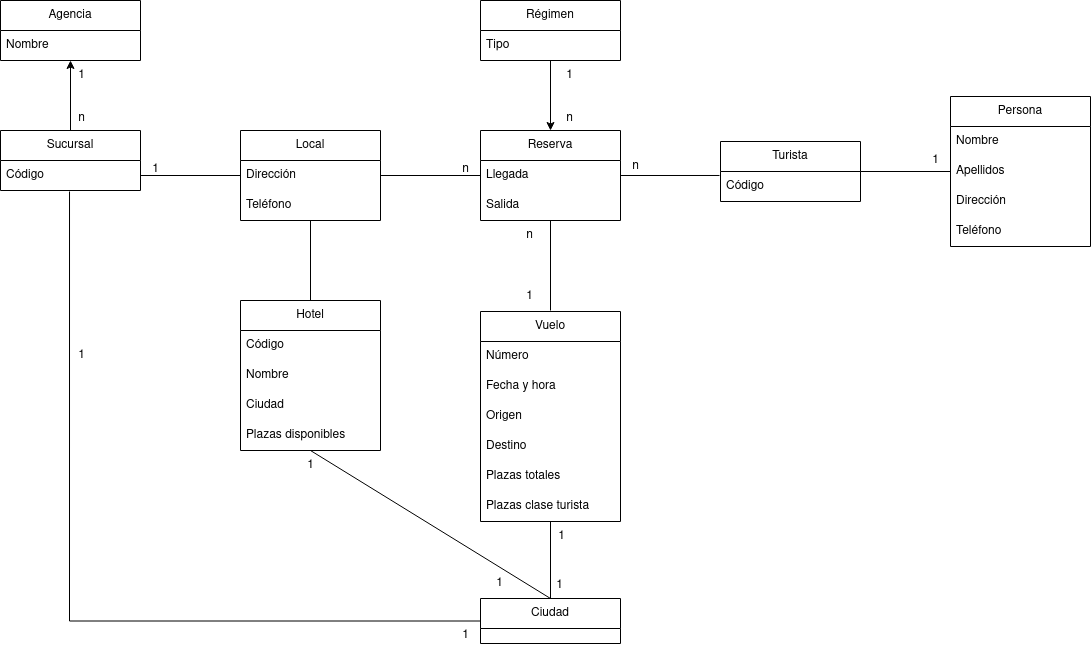
colidom/ets keeps this draw.io diagram as Tema 5. Diagramas de clase/Tarea 2. Agencia viajes/img/AgenciaViajes.drawio.png. Above is the earlier version. Source tidied: cells renumbered, new cells last; positions are measured from the earlier drawing's top-left corner, leaving out a move shared by most shapes.
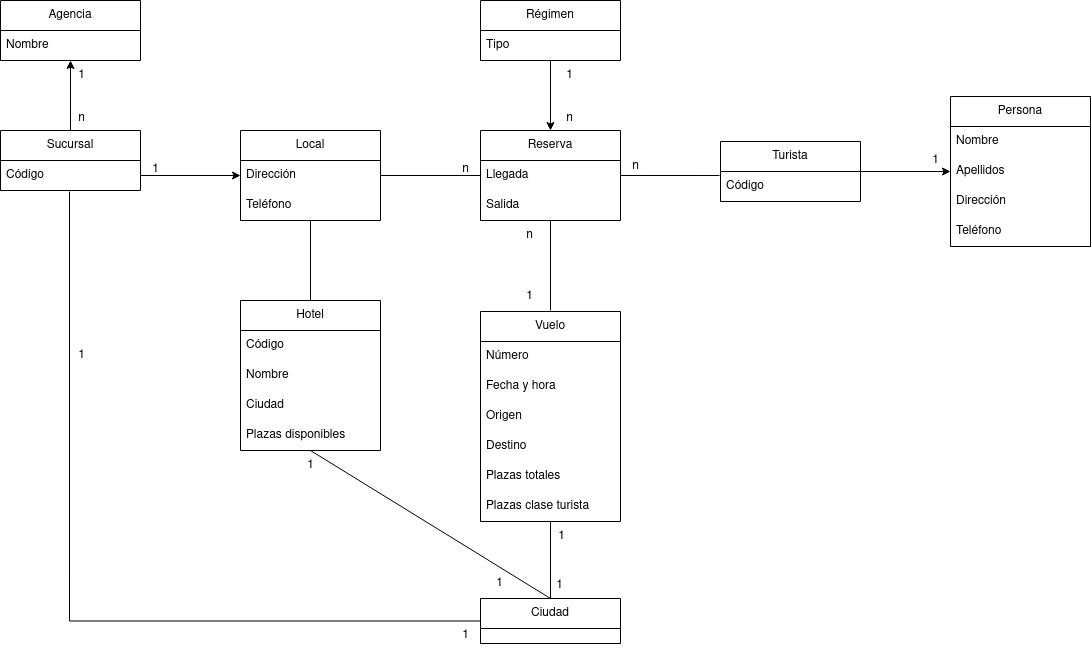
Above is the later version.

The edit, as a diff of the source:
```diff
@@ -32,7 +32,7 @@
     <mxCell id="11" value="Código" style="text;strokeColor=none;fillColor=none;align=left;verticalAlign=middle;spacingLeft=4;spacingRight=4;overflow=hidden;points=[[0,0.5],[1,0.5]];portConstraint=eastwest;whiteSpace=wrap;html=1;" parent="10" vertex="1">
       <mxGeometry y="30" width="140" height="30" as="geometry" />
     </mxCell>
-    <mxCell id="12" style="edgeStyle=orthogonalEdgeStyle;rounded=0;jettySize=auto;html=1;entryX=1;entryY=0.5;entryDx=0;entryDy=0;endArrow=none;endFill=0;startArrow=none;startFill=0;" parent="1" edge="1" source="7" target="10">
+    <mxCell id="12" style="edgeStyle=orthogonalEdgeStyle;rounded=0;jettySize=auto;html=1;entryX=1;entryY=0.5;entryDx=0;entryDy=0;endArrow=none;endFill=0;startArrow=classic;startFill=1;" parent="1" edge="1" source="7" target="10">
       <mxGeometry relative="1" as="geometry" />
     </mxCell>
     <mxCell id="13" value="Local" style="swimlane;fontStyle=0;horizontal=1;startSize=30;whiteSpace=wrap;html=1;" parent="1" vertex="1">
@@ -49,7 +49,7 @@
         <mxPoint x="480" y="175" as="targetPoint" />
       </mxGeometry>
     </mxCell>
-    <mxCell id="17" style="edgeStyle=orthogonalEdgeStyle;rounded=0;jettySize=auto;html=1;entryX=0;entryY=0.5;entryDx=0;entryDy=0;endArrow=none;endFill=0;" parent="1" edge="1" source="4" target="14">
+    <mxCell id="17" style="edgeStyle=orthogonalEdgeStyle;rounded=0;jettySize=auto;html=1;entryX=0;entryY=0.5;entryDx=0;entryDy=0;endArrow=classic;endFill=1;startArrow=none;startFill=0;" parent="1" edge="1" source="4" target="14">
       <mxGeometry relative="1" as="geometry" />
     </mxCell>
     <mxCell id="18" style="edgeStyle=orthogonalEdgeStyle;rounded=0;jettySize=auto;html=1;endArrow=none;endFill=0;startArrow=classic;startFill=1;" parent="1" edge="1" source="19" target="3">
```
